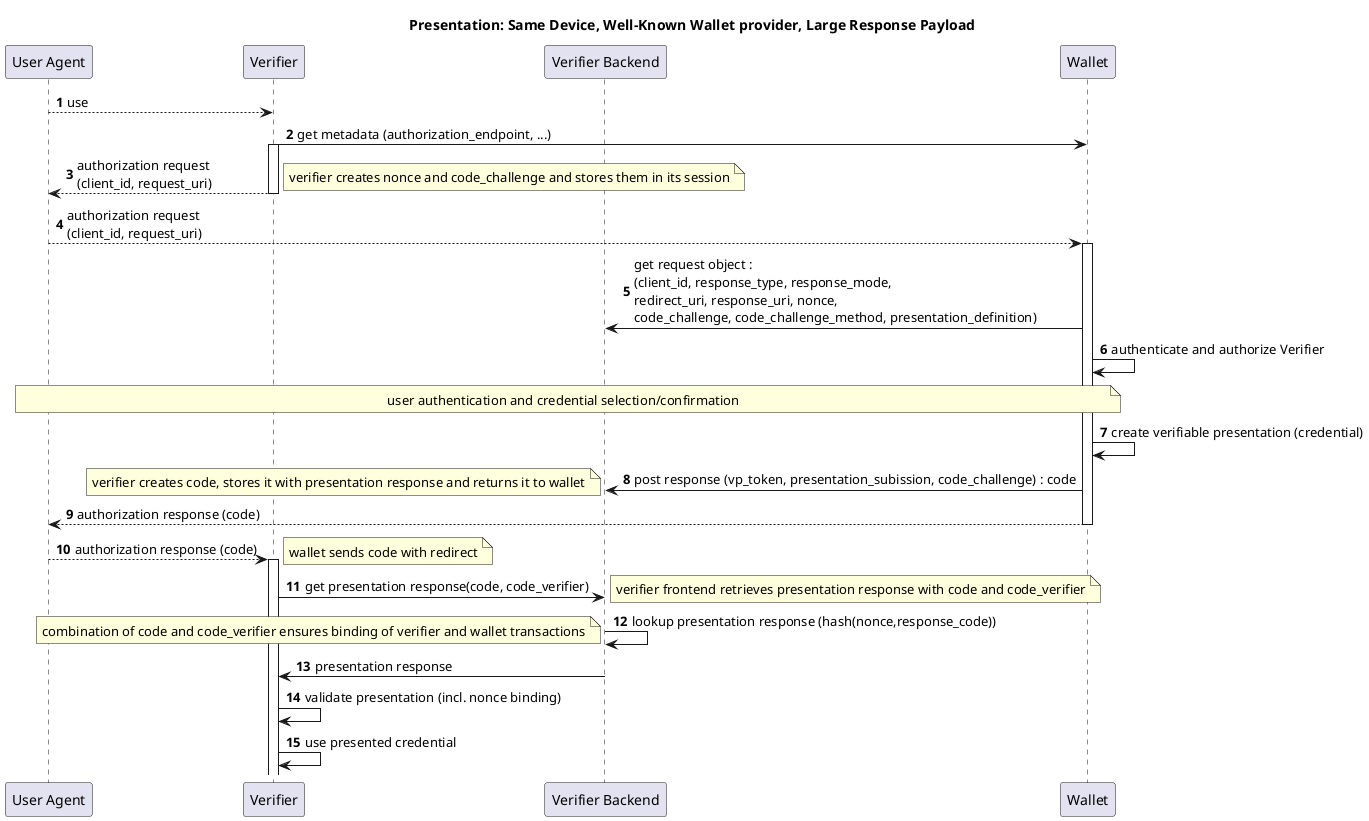
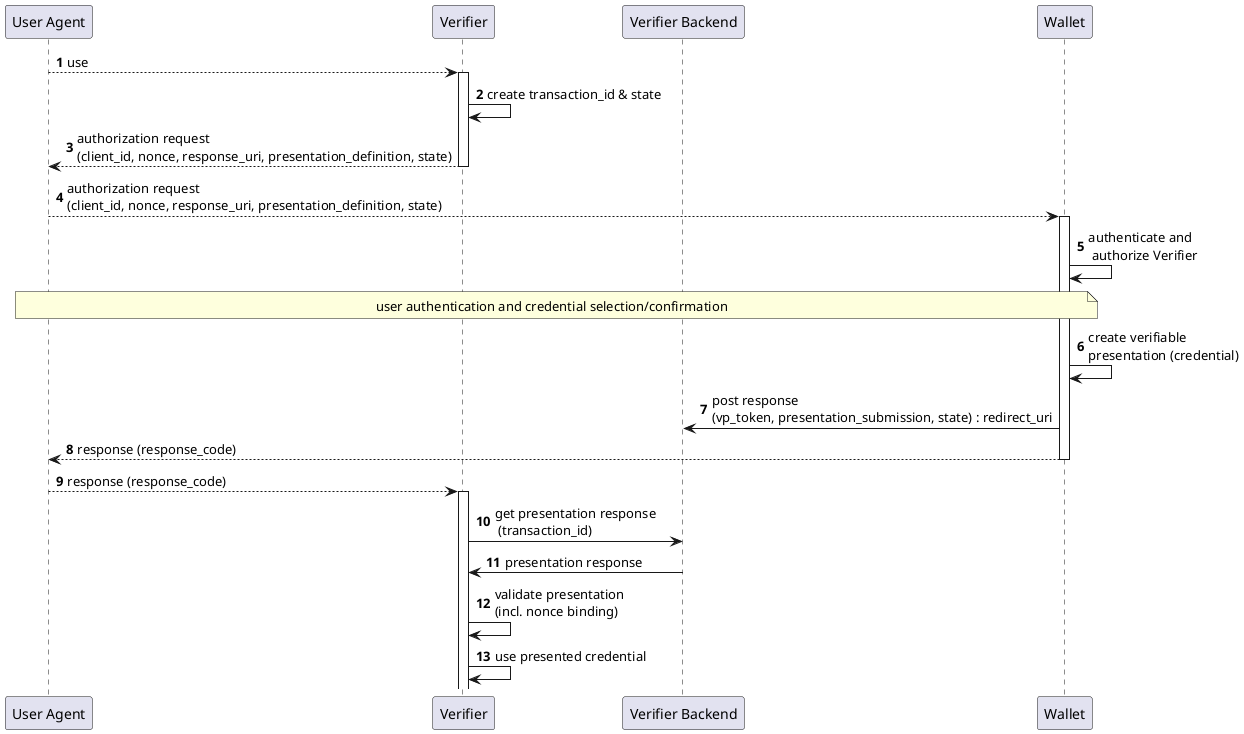
@startuml

autonumber
- 
- title "Presentation: Same Device, Well-Known Wallet provider, Large Response Payload"

participant "User Agent" as u

participant "Verifier" as r

participant "Verifier Backend" as rb

participant "Wallet" as w

u --> r : use
- r -> w: get metadata (authorization_endpoint, ...)
activate r
- r --> u: authorization request\n(client_id, request_uri)
- note right: verifier creates nonce and code_challenge and stores them in its session
+ r -> r: create transaction_id & state
+ r --> u: authorization request\n(client_id, nonce, response_uri, presentation_definition, state)
deactivate r
- u --> w: authorization request\n(client_id, request_uri)
+ u --> w: authorization request\n(client_id, nonce, response_uri, presentation_definition, state)
activate w
- w -> rb: get request object : \n(client_id, response_type, response_mode, \nredirect_uri, response_uri, nonce, \ncode_challenge, code_challenge_method, presentation_definition)
- w -> w: authenticate and authorize Verifier
+ w -> w: authenticate and\n authorize Verifier

note over u, w: user authentication and credential selection/confirmation

- w -> w: create verifiable presentation (credential)
- w -> rb: post response (vp_token, presentation_subission, code_challenge) : code
- note left: verifier creates code, stores it with presentation response and returns it to wallet
- w --> u: authorization response (code)
+ w -> w: create verifiable\npresentation (credential)
+ w -> rb: post response \n(vp_token, presentation_submission, state) : redirect_uri
+ w --> u: response (response_code)
deactivate w
- u --> r: authorization response (code)
- note right: wallet sends code with redirect
+ u --> r: response (response_code)
activate r
- r -> rb: get presentation response(code, code_verifier)
- note right: verifier frontend retrieves presentation response with code and code_verifier
- rb -> rb: lookup presentation response (hash(nonce,response_code))
- note left: combination of code and code_verifier ensures binding of verifier and wallet transactions
+ r -> rb: get presentation response\n (transaction_id)
rb -> r: presentation response
- r -> r: validate presentation (incl. nonce binding)
+ r -> r: validate presentation \n(incl. nonce binding)
r -> r: use presented credential
@enduml